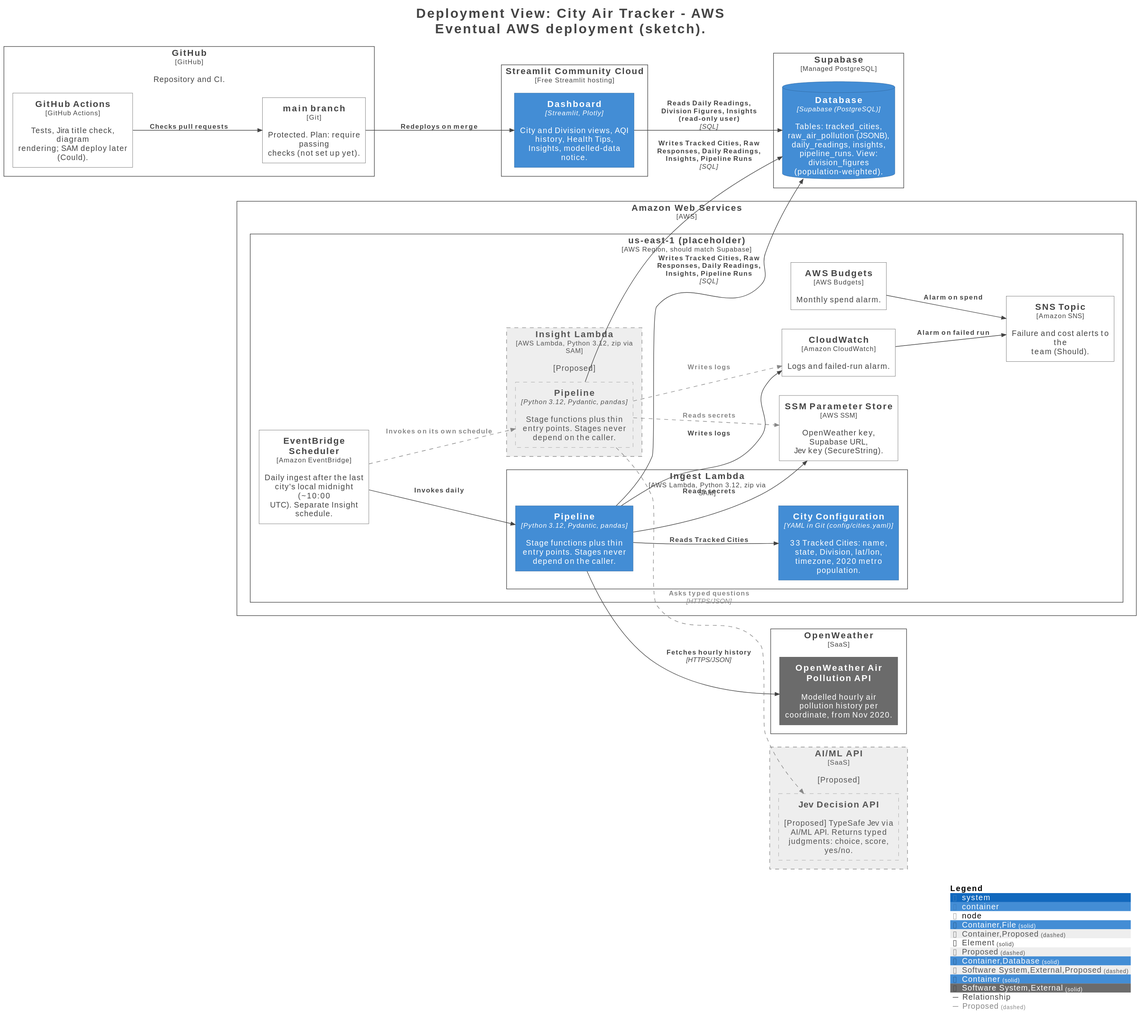
Above: docs/architecture/svg/Deployment-AWS.svg in Code-the-Dream-School/fall-practicum-py-team3 (PlantUML), before the change.
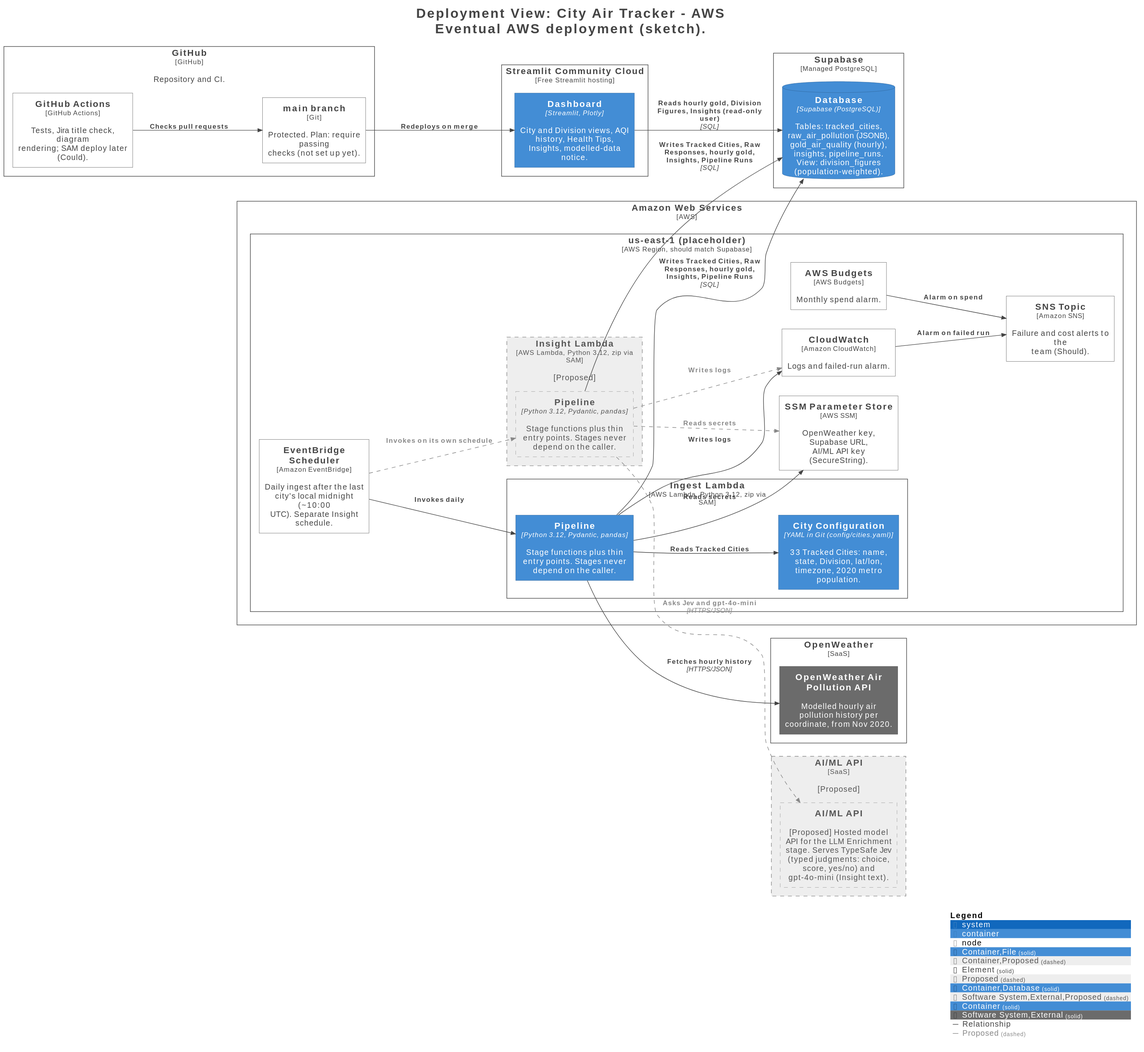
Above is the later version.

Commit message:
DREAM-34: LLM Enrichment contract (proposal)

What changed in the source:
```diff
@@ -33,7 +33,7 @@
 }
 
 Deployment_Node(AWS.AIMLAPI, "AI/ML API", $type="SaaS", $descr="[Proposed]", $tags="Proposed", $link="") {
-  System(AWS.AIMLAPI.JevDecisionAPI_1, "Jev Decision API", $descr="[Proposed] TypeSafe Jev via AI/ML API. Returns typed judgments: choice, score, yes/no.", $tags="Software System,External,Proposed", $link="")
+  System(AWS.AIMLAPI.AIMLAPI_1, "AI/ML API", $descr="[Proposed] Hosted model API for the LLM Enrichment stage. Serves TypeSafe Jev (typed judgments: choice, score, yes/no) and gpt-4o-mini (Insight text).", $tags="Software System,External,Proposed", $link="")
 }
 
 Deployment_Node(AWS.GitHub, "GitHub", $type="GitHub", $descr="Repository and CI.", $tags="Element", $link="") {
@@ -44,7 +44,7 @@
 Deployment_Node(AWS.AmazonWebServices, "Amazon Web Services", $type="AWS", $descr="", $tags="Element", $link="") {
   Deployment_Node(AWS.AmazonWebServices.useast1placeholder, "us-east-1 (placeholder)", $type="AWS Region, should match Supabase", $descr="", $tags="Element", $link="") {
     Deployment_Node(AWS.AmazonWebServices.useast1placeholder.EventBridgeScheduler, "EventBridge Scheduler", $type="Amazon EventBridge", $descr="Daily ingest after the last city's local midnight (~10:00 UTC). Separate Insight schedule.", $tags="Element", $link="")
-    Deployment_Node(AWS.AmazonWebServices.useast1placeholder.SSMParameterStore, "SSM Parameter Store", $type="AWS SSM", $descr="OpenWeather key, Supabase URL, Jev key (SecureString).", $tags="Element", $link="")
+    Deployment_Node(AWS.AmazonWebServices.useast1placeholder.SSMParameterStore, "SSM Parameter Store", $type="AWS SSM", $descr="OpenWeather key, Supabase URL, AI/ML API key (SecureString).", $tags="Element", $link="")
     Deployment_Node(AWS.AmazonWebServices.useast1placeholder.CloudWatch, "CloudWatch", $type="Amazon CloudWatch", $descr="Logs and failed-run alarm.", $tags="Element", $link="")
     Deployment_Node(AWS.AmazonWebServices.useast1placeholder.SNSTopic, "SNS Topic", $type="Amazon SNS", $descr="Failure and cost alerts to the team (Should).", $tags="Element", $link="")
     Deployment_Node(AWS.AmazonWebServices.useast1placeholder.AWSBudgets, "AWS Budgets", $type="AWS Budgets", $descr="Monthly spend alarm.", $tags="Element", $link="")
@@ -62,15 +62,16 @@
 }
 
 Deployment_Node(AWS.Supabase, "Supabase", $type="Managed PostgreSQL", $descr="", $tags="Element", $link="") {
-  ContainerDb(AWS.Supabase.Database_1, "Database", $techn="Supabase (PostgreSQL)", $descr="Tables: tracked_cities, raw_air_pollution (JSONB), daily_readings, insights, pipeline_runs. View: division_figures (population-weighted).", $tags="Container,Database", $link="")
+  ContainerDb(AWS.Supabase.Database_1, "Database", $techn="Supabase (PostgreSQL)", $descr="Tables: tracked_cities, raw_air_pollution (JSONB), gold_air_quality (hourly), insights, pipeline_runs. View: division_figures (population-weighted).", $tags="Container,Database", $link="")
 }
 
 Deployment_Node(AWS.StreamlitCommunityCloud, "Streamlit Community Cloud", $type="Free Streamlit hosting", $descr="", $tags="Element", $link="") {
   Container(AWS.StreamlitCommunityCloud.Dashboard_1, "Dashboard", $techn="Streamlit, Plotly", $descr="City and Division views, AQI history, Health Tips, Insights, modelled-data notice.", $tags="Container", $link="")
 }
 
+Rel(AWS.StreamlitCommunityCloud.Dashboard_1, AWS.Supabase.Database_1, "Reads hourly gold, Division Figures, Insights (read-only user)", $techn="SQL", $tags="Relationship", $link="")
 Rel(AWS.AmazonWebServices.useast1placeholder.IngestLambda.Pipeline_1, AWS.OpenWeather.OpenWeatherAirPollutionAPI_1, "Fetches hourly history", $techn="HTTPS/JSON", $tags="Relationship", $link="")
-Rel(AWS.AmazonWebServices.useast1placeholder.InsightLambda.Pipeline_1, AWS.AIMLAPI.JevDecisionAPI_1, "Asks typed questions", $techn="HTTPS/JSON", $tags="Proposed", $link="")
+Rel(AWS.AmazonWebServices.useast1placeholder.InsightLambda.Pipeline_1, AWS.AIMLAPI.AIMLAPI_1, "Asks Jev and gpt-4o-mini", $techn="HTTPS/JSON", $tags="Proposed", $link="")
 Rel(AWS.AmazonWebServices.useast1placeholder.EventBridgeScheduler, AWS.AmazonWebServices.useast1placeholder.IngestLambda.Pipeline_1, "Invokes daily", $techn="", $tags="Relationship", $link="")
 Rel(AWS.AmazonWebServices.useast1placeholder.EventBridgeScheduler, AWS.AmazonWebServices.useast1placeholder.InsightLambda.Pipeline_1, "Invokes on its own schedule", $techn="", $tags="Proposed", $link="")
 Rel(AWS.AmazonWebServices.useast1placeholder.IngestLambda.Pipeline_1, AWS.AmazonWebServices.useast1placeholder.SSMParameterStore, "Reads secrets", $techn="", $tags="Relationship", $link="")
@@ -82,9 +83,8 @@
 Rel(AWS.GitHub.mainbranch, AWS.StreamlitCommunityCloud.Dashboard_1, "Redeploys on merge", $techn="", $tags="Relationship", $link="")
 Rel(AWS.GitHub.GitHubActions, AWS.GitHub.mainbranch, "Checks pull requests", $techn="", $tags="Relationship", $link="")
 Rel(AWS.AmazonWebServices.useast1placeholder.IngestLambda.Pipeline_1, AWS.AmazonWebServices.useast1placeholder.IngestLambda.CityConfiguration_1, "Reads Tracked Cities", $techn="", $tags="Relationship", $link="")
-Rel(AWS.AmazonWebServices.useast1placeholder.IngestLambda.Pipeline_1, AWS.Supabase.Database_1, "Writes Tracked Cities, Raw Responses, Daily Readings, Insights, Pipeline Runs", $techn="SQL", $tags="Relationship", $link="")
-Rel(AWS.AmazonWebServices.useast1placeholder.InsightLambda.Pipeline_1, AWS.Supabase.Database_1, "Writes Tracked Cities, Raw Responses, Daily Readings, Insights, Pipeline Runs", $techn="SQL", $tags="Relationship", $link="")
-Rel(AWS.StreamlitCommunityCloud.Dashboard_1, AWS.Supabase.Database_1, "Reads Daily Readings, Division Figures, Insights (read-only user)", $techn="SQL", $tags="Relationship", $link="")
+Rel(AWS.AmazonWebServices.useast1placeholder.IngestLambda.Pipeline_1, AWS.Supabase.Database_1, "Writes Tracked Cities, Raw Responses, hourly gold, Insights, Pipeline Runs", $techn="SQL", $tags="Relationship", $link="")
+Rel(AWS.AmazonWebServices.useast1placeholder.InsightLambda.Pipeline_1, AWS.Supabase.Database_1, "Writes Tracked Cities, Raw Responses, hourly gold, Insights, Pipeline Runs", $techn="SQL", $tags="Relationship", $link="")
 
 SHOW_LEGEND(true)
 hide stereotypes
```
